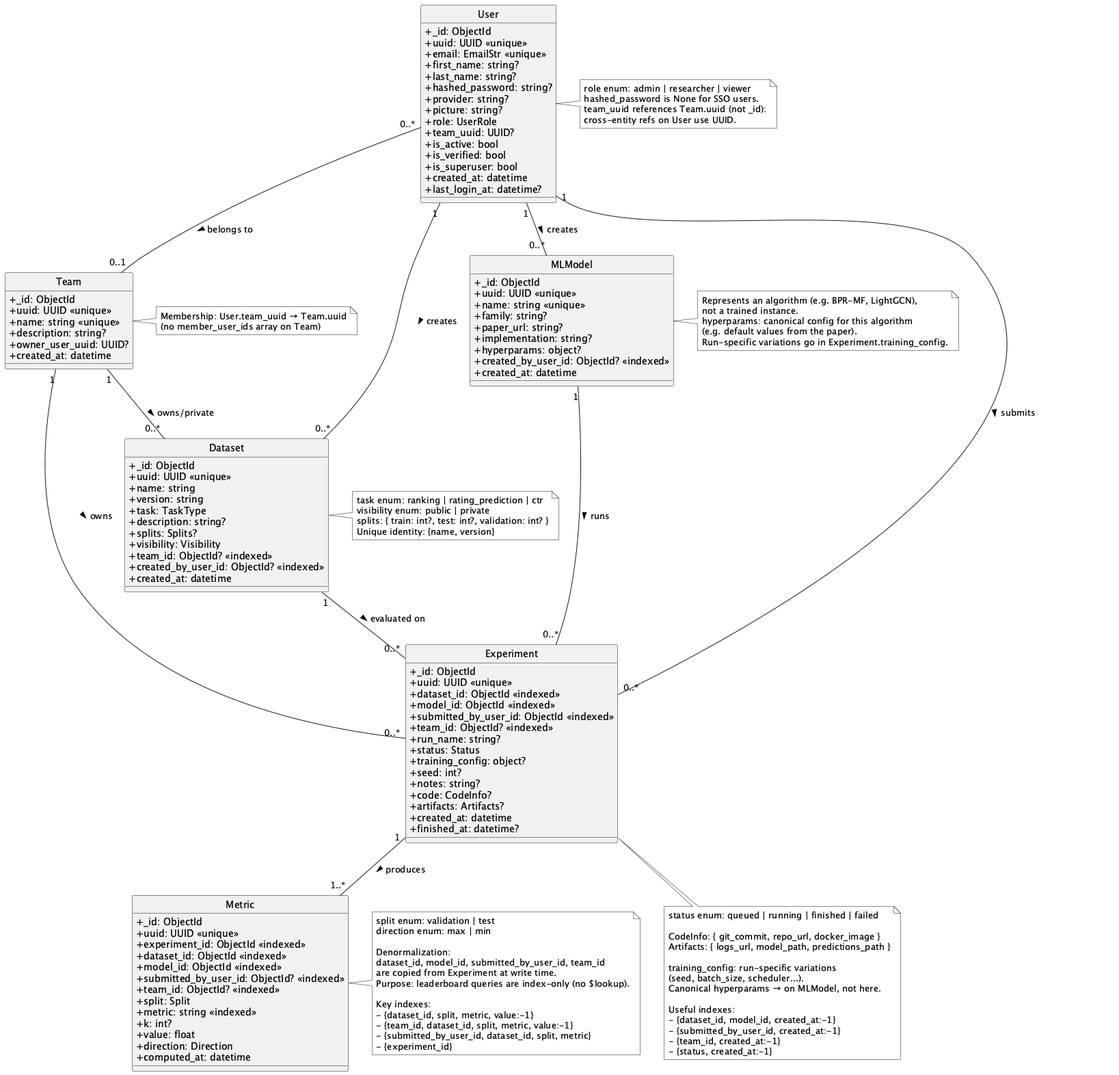
Earlier version of the PlantUML export docs/backend/domain_model.png (Baraff24/polibench).
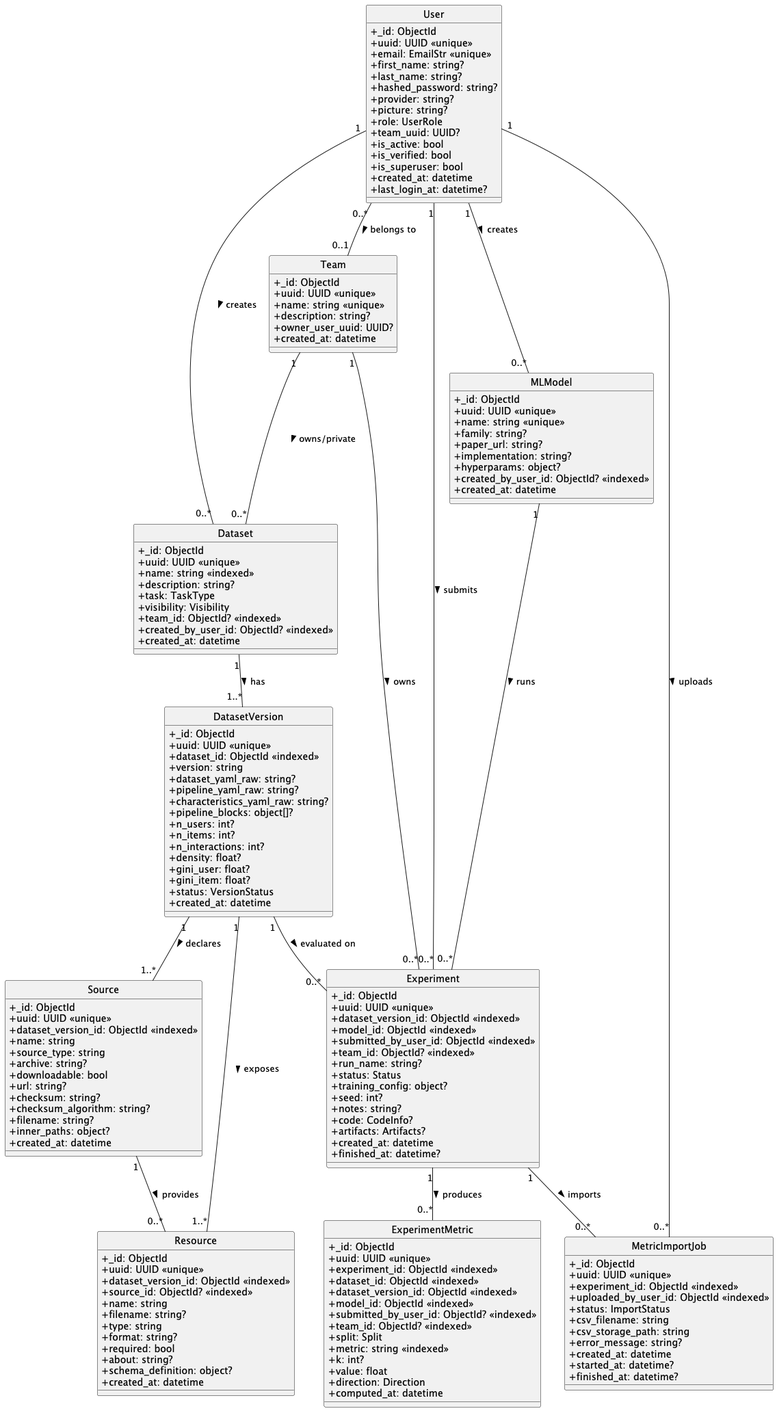
The same diagram one commit later.

Commit message:
feat: update domain model to include DatasetVersion, Source, and Resource classes

Change to the diagram source:
```diff
@@ -2,8 +2,6 @@
 hide circle
 skinparam classAttributeIconSize 0
 skinparam monochrome true
-
-
 
 class User {
   +_id: ObjectId
@@ -23,13 +21,6 @@
   +last_login_at: datetime?
 }
 
-note right of User
-  role enum: admin | researcher | viewer
-  hashed_password is None for SSO users.
-  team_uuid references Team.uuid (not _id):
-  cross-entity refs on User use UUID.
-end note
-
 class Team {
   +_id: ObjectId
   +uuid: UUID <<unique>>
@@ -39,31 +30,67 @@
   +created_at: datetime
 }
 
-note right of Team
-  Membership: User.team_uuid → Team.uuid
-  (no member_user_ids array on Team)
-end note
-
 class Dataset {
   +_id: ObjectId
   +uuid: UUID <<unique>>
-  +name: string
-  +version: string
+  +name: string <<indexed>>
+  +description: string?
   +task: TaskType
-  +description: string?
-  +splits: Splits?
   +visibility: Visibility
   +team_id: ObjectId? <<indexed>>
   +created_by_user_id: ObjectId? <<indexed>>
   +created_at: datetime
 }
 
-note right of Dataset
-  task enum: ranking | rating_prediction | ctr
-  visibility enum: public | private
-  splits: { train: int?, test: int?, validation: int? }
-  Unique identity: {name, version}
-end note
+class DatasetVersion {
+  +_id: ObjectId
+  +uuid: UUID <<unique>>
+  +dataset_id: ObjectId <<indexed>>
+  +version: string
+  +dataset_yaml_raw: string?
+  +pipeline_yaml_raw: string?
+  +characteristics_yaml_raw: string?
+  +pipeline_blocks: object[]?
+  +n_users: int?
+  +n_items: int?
+  +n_interactions: int?
+  +density: float?
+  +gini_user: float?
+  +gini_item: float?
+  +status: VersionStatus
+  +created_at: datetime
+}
+
+class Source {
+  +_id: ObjectId
+  +uuid: UUID <<unique>>
+  +dataset_version_id: ObjectId <<indexed>>
+  +name: string
+  +source_type: string
+  +archive: string?
+  +downloadable: bool
+  +url: string?
+  +checksum: string?
+  +checksum_algorithm: string?
+  +filename: string?
+  +inner_paths: object?
+  +created_at: datetime
+}
+
+class Resource {
+  +_id: ObjectId
+  +uuid: UUID <<unique>>
+  +dataset_version_id: ObjectId <<indexed>>
+  +source_id: ObjectId? <<indexed>>
+  +name: string
+  +filename: string?
+  +type: string
+  +format: string?
+  +required: bool
+  +about: string?
+  +schema_definition: object?
+  +created_at: datetime
+}
 
 class MLModel {
   +_id: ObjectId
@@ -77,18 +104,10 @@
   +created_at: datetime
 }
 
-note right of MLModel
-  Represents an algorithm (e.g. BPR-MF, LightGCN),
-  not a trained instance.
-  hyperparams: canonical config for this algorithm
-  (e.g. default values from the paper).
-  Run-specific variations go in Experiment.training_config.
-end note
-
 class Experiment {
   +_id: ObjectId
   +uuid: UUID <<unique>>
-  +dataset_id: ObjectId <<indexed>>
+  +dataset_version_id: ObjectId <<indexed>>
   +model_id: ObjectId <<indexed>>
   +submitted_by_user_id: ObjectId <<indexed>>
   +team_id: ObjectId? <<indexed>>
@@ -103,28 +122,26 @@
   +finished_at: datetime?
 }
 
-note bottom of Experiment
-  status enum: queued | running | finished | failed
+class MetricImportJob {
+  +_id: ObjectId
+  +uuid: UUID <<unique>>
+  +experiment_id: ObjectId <<indexed>>
+  +uploaded_by_user_id: ObjectId <<indexed>>
+  +status: ImportStatus
+  +csv_filename: string
+  +csv_storage_path: string
+  +error_message: string?
+  +created_at: datetime
+  +started_at: datetime?
+  +finished_at: datetime?
+}
 
-  CodeInfo: { git_commit, repo_url, docker_image }
-  Artifacts: { logs_url, model_path, predictions_path }
-
-  training_config: run-specific variations
-  (seed, batch_size, scheduler...).
-  Canonical hyperparams → on MLModel, not here.
-
-  Useful indexes:
-  - {dataset_id, model_id, created_at:-1}
-  - {submitted_by_user_id, created_at:-1}
-  - {team_id, created_at:-1}
-  - {status, created_at:-1}
-end note
-
-class Metric {
+class ExperimentMetric {
   +_id: ObjectId
   +uuid: UUID <<unique>>
   +experiment_id: ObjectId <<indexed>>
   +dataset_id: ObjectId <<indexed>>
+  +dataset_version_id: ObjectId <<indexed>>
   +model_id: ObjectId <<indexed>>
   +submitted_by_user_id: ObjectId? <<indexed>>
   +team_id: ObjectId? <<indexed>>
@@ -136,33 +153,23 @@
   +computed_at: datetime
 }
 
-note right of Metric
-  split enum: validation | test
-  direction enum: max | min
+User "1" -- "0..*" Dataset : creates >
+User "1" -- "0..*" MLModel : creates >
+User "1" -- "0..*" Experiment : submits >
+User "1" -- "0..*" MetricImportJob : uploads >
+User "0..*" -- "0..1" Team : belongs to >
 
-  Denormalization:
-  dataset_id, model_id, submitted_by_user_id, team_id
-  are copied from Experiment at write time.
-  Purpose: leaderboard queries are index-only (no $lookup).
+Team "1" -- "0..*" Dataset : owns/private >
+Team "1" -- "0..*" Experiment : owns >
 
-  Key indexes:
-  - {dataset_id, split, metric, value:-1}
-  - {team_id, dataset_id, split, metric, value:-1}
-  - {submitted_by_user_id, dataset_id, split, metric}
-  - {experiment_id}
-end note
+Dataset "1" -- "1..*" DatasetVersion : has >
+DatasetVersion "1" -- "1..*" Source : declares >
+DatasetVersion "1" -- "1..*" Resource : exposes >
 
+DatasetVersion "1" -- "0..*" Experiment : evaluated on >
+MLModel "1" -- "0..*" Experiment : runs >
+Experiment "1" -- "0..*" MetricImportJob : imports >
+Experiment "1" -- "0..*" ExperimentMetric : produces >
 
-User "1" -- "0..*" Dataset       : creates >
-User "1" -- "0..*" MLModel       : creates >
-User "1" -- "0..*" Experiment    : submits >
-User "0..*" -- "0..1" Team       : belongs to >
-
-Team "1" -- "0..*" Dataset       : owns/private >
-Team "1" -- "0..*" Experiment    : owns >
-
-Dataset "1" -- "0..*" Experiment : evaluated on >
-MLModel "1" -- "0..*" Experiment : runs >
-Experiment "1" -- "1..*" Metric  : produces >
-
+Source "1" -- "0..*" Resource : provides >
 @enduml
```
